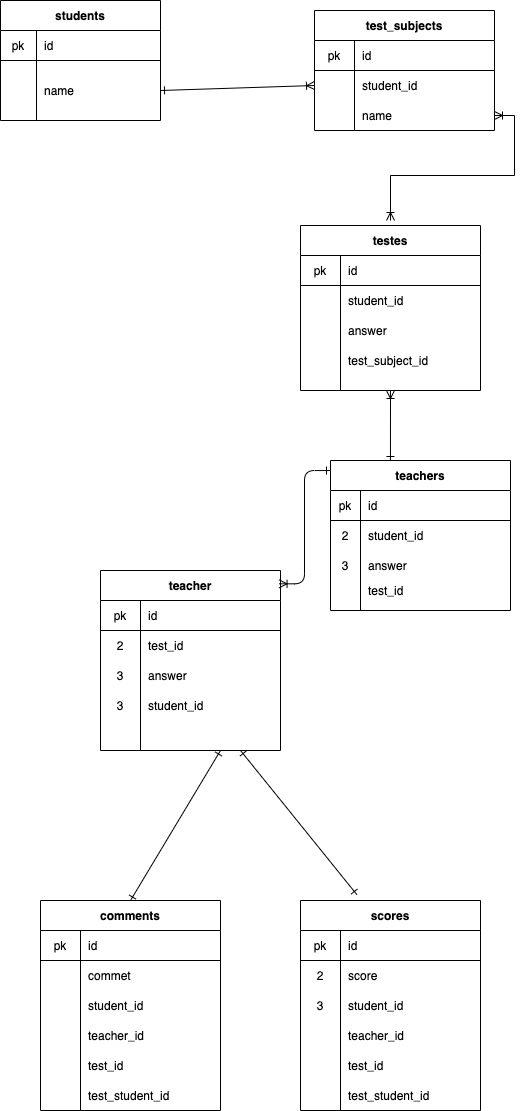
This is index.drawio.png from genki0219/0906, a draw.io export, as it was before one commit. Source tidied: cells renumbered, new cells last; positions are measured from the earlier drawing's top-left corner, leaving out a move shared by most shapes.
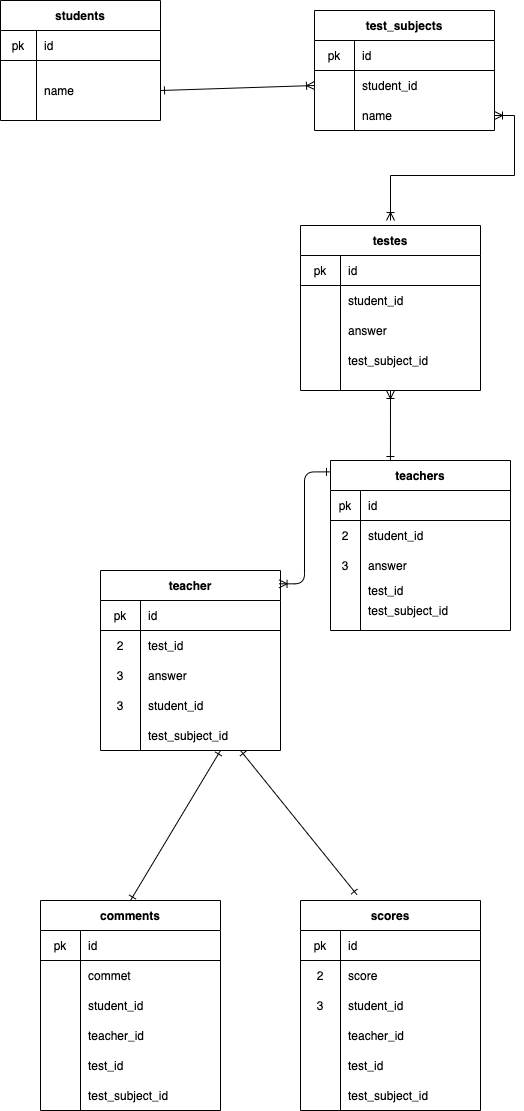
After the commit.

Change to the diagram source:
```diff
@@ -13,7 +13,7 @@
       </mxGeometry>
     </mxCell>
     <mxCell id="4" value="teachers" style="shape=table;startSize=30;rowLines=0;fontStyle=1;align=center;" parent="1" vertex="1">
-      <mxGeometry x="330" y="460" width="180" height="150" as="geometry" />
+      <mxGeometry x="330" y="460" width="180" height="170" as="geometry" />
     </mxCell>
     <mxCell id="5" style="shape=partialRectangle;html=1;whiteSpace=wrap;fillColor=none;top=0;left=0;bottom=1;right=0;" parent="4" vertex="1">
       <mxGeometry y="30" width="180" height="30" as="geometry" />
@@ -51,6 +51,15 @@
     <mxCell id="16" value="test_id" style="shape=partialRectangle;html=1;whiteSpace=wrap;fillColor=none;top=0;left=0;bottom=0;right=0;align=left;spacingLeft=6;overflow=hidden;" parent="14" vertex="1">
       <mxGeometry x="30" width="150" height="20" as="geometry" />
     </mxCell>
+    <mxCell id="102" style="shape=partialRectangle;html=1;whiteSpace=wrap;fillColor=none;top=0;left=0;bottom=0;right=0;" parent="4" vertex="1">
+      <mxGeometry y="140" width="180" height="20" as="geometry" />
+    </mxCell>
+    <mxCell id="103" style="shape=partialRectangle;html=1;whiteSpace=wrap;fillColor=none;top=0;left=0;bottom=0;right=0;overflow=hidden;" parent="102" vertex="1">
+      <mxGeometry width="30" height="20" as="geometry" />
+    </mxCell>
+    <mxCell id="104" value="test_subject_id" style="shape=partialRectangle;html=1;whiteSpace=wrap;fillColor=none;top=0;left=0;bottom=0;right=0;align=left;spacingLeft=6;overflow=hidden;" parent="102" vertex="1">
+      <mxGeometry x="30" width="150" height="20" as="geometry" />
+    </mxCell>
     <mxCell id="17" value="test_subjects" style="shape=table;startSize=30;rowLines=0;fontStyle=1;align=center;" parent="1" vertex="1">
       <mxGeometry x="314" y="10" width="180" height="120" as="geometry" />
     </mxCell>
@@ -135,7 +144,7 @@
     <mxCell id="44" style="shape=partialRectangle;html=1;whiteSpace=wrap;fillColor=none;top=0;left=0;bottom=0;right=0;overflow=hidden;" parent="43" vertex="1">
       <mxGeometry width="40" height="30" as="geometry" />
     </mxCell>
-    <mxCell id="45" value="test_student_id" style="shape=partialRectangle;html=1;whiteSpace=wrap;fillColor=none;top=0;left=0;bottom=0;right=0;align=left;spacingLeft=6;overflow=hidden;" parent="43" vertex="1">
+    <mxCell id="45" value="test_subject_id" style="shape=partialRectangle;html=1;whiteSpace=wrap;fillColor=none;top=0;left=0;bottom=0;right=0;align=left;spacingLeft=6;overflow=hidden;" parent="43" vertex="1">
       <mxGeometry x="40" width="140" height="30" as="geometry" />
     </mxCell>
     <mxCell id="46" value="scores" style="shape=table;startSize=30;rowLines=0;fontStyle=1;align=center;" parent="1" vertex="1">
@@ -192,7 +201,7 @@
     <mxCell id="63" style="shape=partialRectangle;html=1;whiteSpace=wrap;fillColor=none;top=0;left=0;bottom=0;right=0;overflow=hidden;" parent="62" vertex="1">
       <mxGeometry width="40" height="30" as="geometry" />
     </mxCell>
-    <mxCell id="64" value="test_student_id" style="shape=partialRectangle;html=1;whiteSpace=wrap;fillColor=none;top=0;left=0;bottom=0;right=0;align=left;spacingLeft=6;overflow=hidden;" parent="62" vertex="1">
+    <mxCell id="64" style="shape=partialRectangle;html=1;whiteSpace=wrap;fillColor=none;top=0;left=0;bottom=0;right=0;align=left;spacingLeft=6;overflow=hidden;" parent="62" vertex="1">
       <mxGeometry x="40" width="140" height="30" as="geometry" />
     </mxCell>
     <mxCell id="65" value="students" style="shape=table;startSize=30;rowLines=0;fontStyle=1;align=center;" parent="1" vertex="1">
@@ -308,5 +317,11 @@
     <mxCell id="101" style="edgeStyle=elbowEdgeStyle;elbow=horizontal;endArrow=ERone;html=1;exitX=0.992;exitY=0.074;exitDx=0;exitDy=0;exitPerimeter=0;endFill=0;startArrow=ERoneToMany;startFill=0;entryX=0;entryY=0.067;entryDx=0;entryDy=0;entryPerimeter=0;" parent="1" edge="1" source="88" target="4">
       <mxGeometry relative="1" as="geometry" />
     </mxCell>
+    <mxCell id="105" value="test_subject_id" style="shape=partialRectangle;html=1;whiteSpace=wrap;fillColor=none;top=0;left=0;bottom=0;right=0;align=left;spacingLeft=6;overflow=hidden;" parent="1" vertex="1">
+      <mxGeometry x="340" y="1080" width="140" height="30" as="geometry" />
+    </mxCell>
+    <mxCell id="106" value="test_subject_id" style="shape=partialRectangle;html=1;whiteSpace=wrap;fillColor=none;top=0;left=0;bottom=0;right=0;align=left;spacingLeft=6;overflow=hidden;" parent="1" vertex="1">
+      <mxGeometry x="140" y="720" width="140" height="30" as="geometry" />
+    </mxCell>
   </root>
 </mxGraphModel>
```
